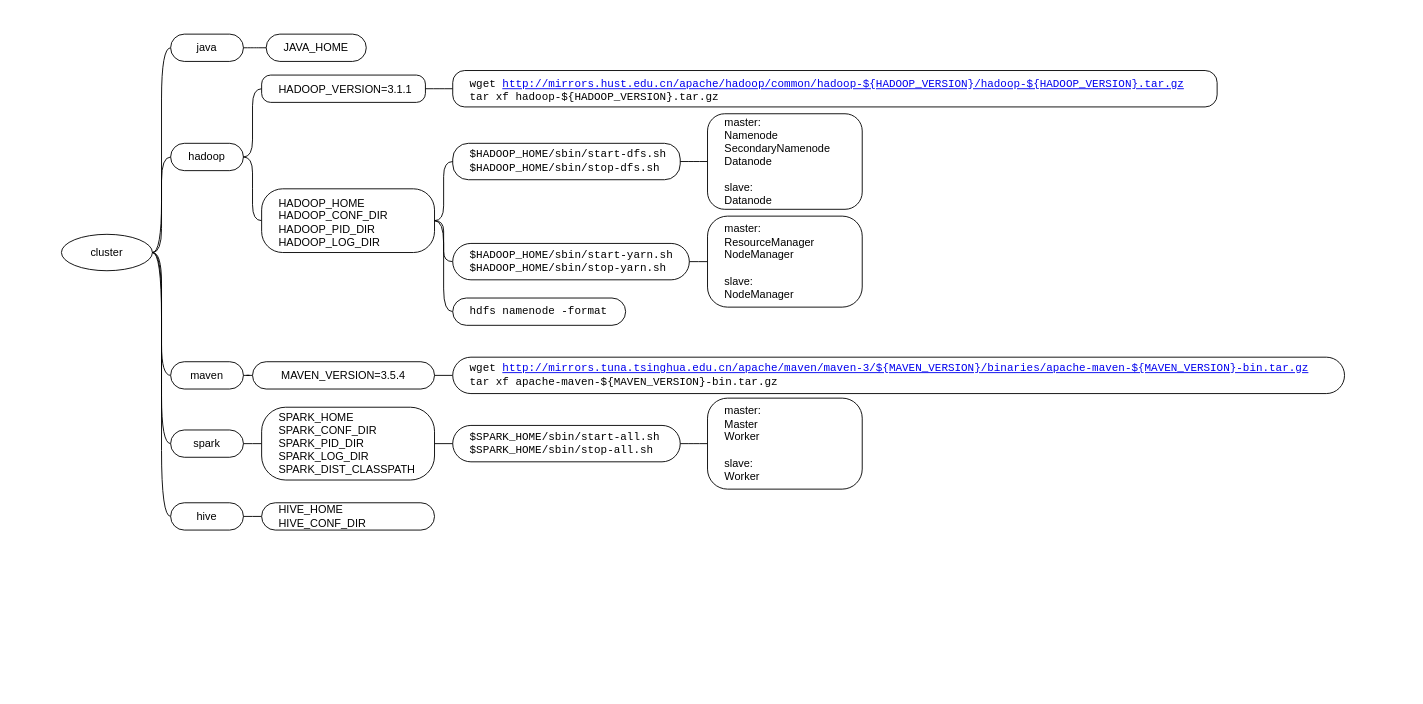
Before: page "deploy" (1 of 4) of languages/scala/scala.drawio in yangdj/tf_docs, a draw.io diagram. Source tidied: cells renumbered, new cells numbered last; positions are measured from the earlier drawing's top-left corner, leaving out a move shared by most shapes. Both pictures are drawn from the tidied source at 91%, with x=0, y=0 at pixel (15, 15).
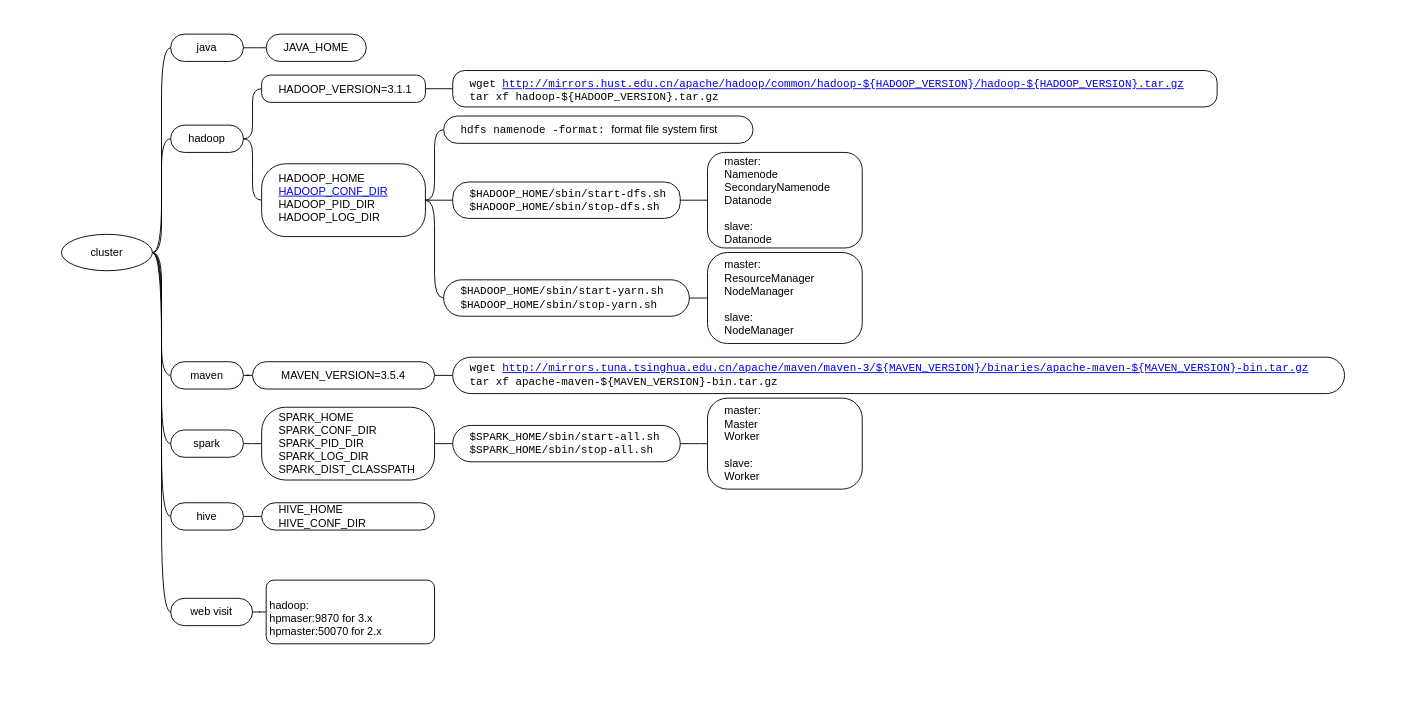
The same diagram, later.

The change refers to these unchanged cells:
```xml
<mxCell id="2" style="swimlane;html=1;startSize=20;horizontal=1;containerType=tree;rounded=1;shadow=0;glass=0;comic=0;fillColor=none;align=left;strokeColor=none;spacingLeft=16;fontFamily=Courier New;" parent="1" vertex="1">
  <mxGeometry width="1530" height="740" as="geometry" />
</mxCell>
<mxCell id="4" value="cluster" style="ellipse;whiteSpace=wrap;html=1;align=center;" parent="2" vertex="1">
  <mxGeometry x="50" y="240" width="100" height="40" as="geometry" />
</mxCell>
```

Diff of the diagram source:
```diff
@@
     <mxCell id="5" value="hadoop" style="whiteSpace=wrap;html=1;rounded=1;arcSize=50;align=center;verticalAlign=middle;strokeWidth=1;spacing=4;" parent="2" vertex="1">
-      <mxGeometry x="170" y="140" width="80" height="30" as="geometry" />
+      <mxGeometry x="170" y="120" width="80" height="30" as="geometry" />
     </mxCell>
@@
     <mxCell id="13" value="&lt;span style=&quot;font-size: 12px&quot;&gt;$HADOOP_HOME/sbin/start-dfs.sh&lt;/span&gt;&lt;br style=&quot;font-size: 12px&quot;&gt;&lt;span style=&quot;font-size: 12px&quot;&gt;$HADOOP_HOME/sbin/stop-dfs.sh&lt;/span&gt;&lt;span style=&quot;font-size: 12px&quot;&gt;&lt;br&gt;&lt;/span&gt;" style="whiteSpace=wrap;html=1;rounded=1;arcSize=43;align=left;verticalAlign=middle;strokeWidth=1;spacing=4;fontSize=12;spacingLeft=15;fontFamily=Courier New;" parent="2" vertex="1">
-      <mxGeometry x="480" y="140" width="250" height="40" as="geometry" />
+      <mxGeometry x="480" y="182.5" width="250" height="40" as="geometry" />
     </mxCell>
@@
-    <mxCell id="15" value="&lt;div&gt;HADOOP_HOME&lt;/div&gt;&lt;div&gt;HADOOP_CONF_DIR&lt;/div&gt;&lt;div&gt;HADOOP_PID_DIR&lt;/div&gt;&lt;div&gt;HADOOP_LOG_DIR&lt;/div&gt;&lt;div&gt;&lt;br&gt;&lt;/div&gt;" style="whiteSpace=wrap;html=1;rounded=1;arcSize=33;align=left;verticalAlign=top;strokeWidth=1;spacing=4;spacingLeft=15;" parent="2" vertex="1">
-      <mxGeometry x="270" y="190" width="190" height="70" as="geometry" />
+    <mxCell id="15" value="&lt;div&gt;HADOOP_HOME&lt;/div&gt;&lt;div&gt;&lt;a href=&quot;data:page/id,-WEoZyiqvBqUpz0TT_SZ&quot;&gt;HADOOP_CONF_DIR&lt;/a&gt;&lt;/div&gt;&lt;div&gt;HADOOP_PID_DIR&lt;/div&gt;&lt;div&gt;HADOOP_LOG_DIR&lt;/div&gt;&lt;div&gt;&lt;br&gt;&lt;/div&gt;" style="whiteSpace=wrap;html=1;rounded=1;arcSize=33;align=left;verticalAlign=top;strokeWidth=1;spacing=4;spacingLeft=15;" parent="2" vertex="1">
+      <mxGeometry x="270" y="162.5" width="180" height="80" as="geometry" />
     </mxCell>
@@
     <mxCell id="23" value="$HADOOP_HOME/sbin/start-yarn.sh&lt;br&gt;$HADOOP_HOME/sbin/stop-yarn.sh&lt;span style=&quot;font-size: 12px&quot;&gt;&lt;br&gt;&lt;/span&gt;" style="whiteSpace=wrap;html=1;rounded=1;arcSize=50;align=left;verticalAlign=middle;strokeWidth=1;spacing=4;fontSize=12;spacingLeft=15;fontFamily=Courier New;" parent="2" vertex="1">
-      <mxGeometry x="480" y="250" width="260" height="40" as="geometry" />
+      <mxGeometry x="470" y="290" width="270" height="40" as="geometry" />
     </mxCell>
@@
     <mxCell id="25" value="&lt;span style=&quot;font-size: 12px&quot;&gt;master:&lt;br&gt;Namenode&lt;br&gt;SecondaryNamenode&lt;br&gt;Datanode&lt;br&gt;&lt;br&gt;&lt;/span&gt;slave:&lt;br&gt;Datanode&lt;span style=&quot;font-size: 12px&quot;&gt;&lt;br&gt;&lt;/span&gt;" style="whiteSpace=wrap;html=1;rounded=1;arcSize=18;align=left;verticalAlign=middle;strokeWidth=1;spacing=4;fontSize=12;spacingLeft=15;" parent="2" vertex="1">
-      <mxGeometry x="760" y="107.5" width="170" height="105" as="geometry" />
+      <mxGeometry x="760" y="150" width="170" height="105" as="geometry" />
     </mxCell>
@@
     <mxCell id="27" value="&lt;span style=&quot;font-size: 12px&quot;&gt;master:&lt;br&gt;ResourceManager&lt;br&gt;NodeManager&lt;br&gt;&lt;br&gt;slave:&lt;br&gt;NodeManager&lt;br&gt;&lt;/span&gt;" style="whiteSpace=wrap;html=1;rounded=1;arcSize=22;align=left;verticalAlign=middle;strokeWidth=1;spacing=4;fontSize=12;spacingLeft=15;" parent="2" vertex="1">
-      <mxGeometry x="760" y="220" width="170" height="100" as="geometry" />
+      <mxGeometry x="760" y="260" width="170" height="100" as="geometry" />
     </mxCell>
@@
-    <mxCell id="31" value="hdfs namenode -format&lt;span style=&quot;font-size: 12px&quot;&gt;&lt;br&gt;&lt;/span&gt;" style="whiteSpace=wrap;html=1;rounded=1;arcSize=50;align=left;verticalAlign=middle;strokeWidth=1;spacing=4;fontSize=12;spacingLeft=15;fontFamily=Courier New;" parent="2" vertex="1">
-      <mxGeometry x="480" y="310" width="190" height="30" as="geometry" />
+    <mxCell id="31" value="hdfs namenode -format: &lt;font face=&quot;Helvetica&quot;&gt;format file system first&lt;/font&gt;&lt;span style=&quot;font-size: 12px&quot;&gt;&lt;br&gt;&lt;/span&gt;" style="whiteSpace=wrap;html=1;rounded=1;arcSize=50;align=left;verticalAlign=middle;strokeWidth=1;spacing=4;fontSize=12;spacingLeft=15;fontFamily=Courier New;" parent="2" vertex="1">
+      <mxGeometry x="470" y="110" width="340" height="30" as="geometry" />
     </mxCell>
@@
+    <mxCell id="44" style="edgeStyle=entityRelationEdgeStyle;startArrow=none;endArrow=none;segment=10;curved=1;exitX=1;exitY=0.5;exitDx=0;exitDy=0;" parent="2" edge="1" source="4" target="45">
+      <mxGeometry relative="1" as="geometry" />
+    </mxCell>
+    <mxCell id="45" value="web visit" style="whiteSpace=wrap;html=1;rounded=1;arcSize=50;align=center;verticalAlign=middle;strokeWidth=1;spacing=4;" parent="2" vertex="1">
+      <mxGeometry x="170" y="640" width="90" height="30" as="geometry" />
+    </mxCell>
+    <mxCell id="46" style="edgeStyle=entityRelationEdgeStyle;startArrow=none;endArrow=none;segment=10;curved=1;exitX=1;exitY=0.5;exitDx=0;exitDy=0;" parent="2" edge="1" source="45" target="47">
+      <mxGeometry relative="1" as="geometry" />
+    </mxCell>
+    <mxCell id="47" value="&lt;br&gt;hadoop: &lt;br&gt;hpmaser:9870 for 3.x&lt;br&gt;hpmaster:50070 for 2.x" style="whiteSpace=wrap;html=1;rounded=1;arcSize=12;align=left;verticalAlign=middle;strokeWidth=1;spacing=4;" parent="2" vertex="1">
+      <mxGeometry x="275" y="620" width="185" height="70" as="geometry" />
+    </mxCell>
```
